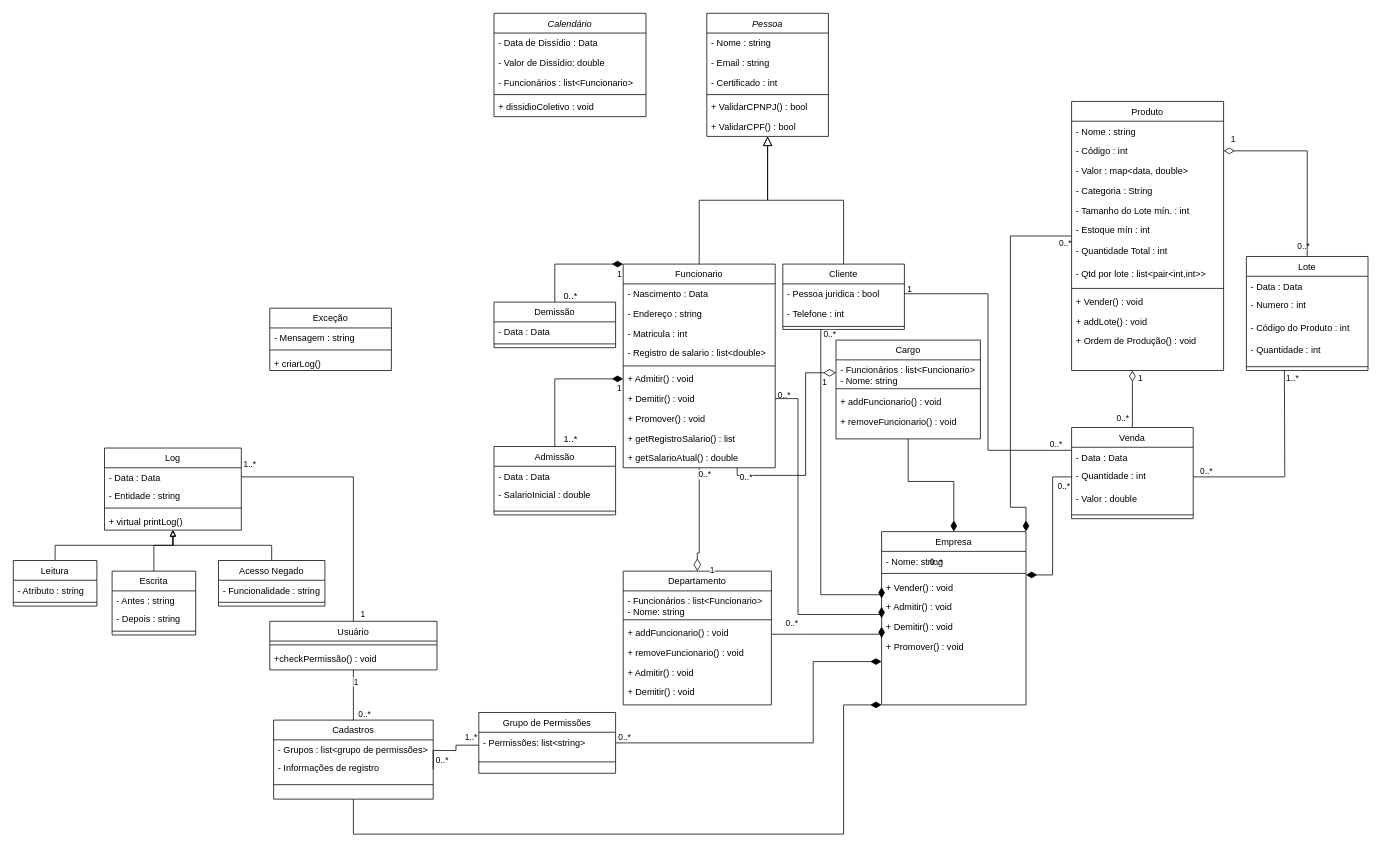
This is Sprint4.drawio from LDLPiao/tp_poo, a draw.io file, before an edit. Source tidied: cells renumbered, new cells numbered last; positions are measured from the earlier drawing's top-left corner, leaving out a move shared by most shapes. Both pictures are drawn from the tidied source at 76%, with x=0, y=0 at pixel (13, 13).
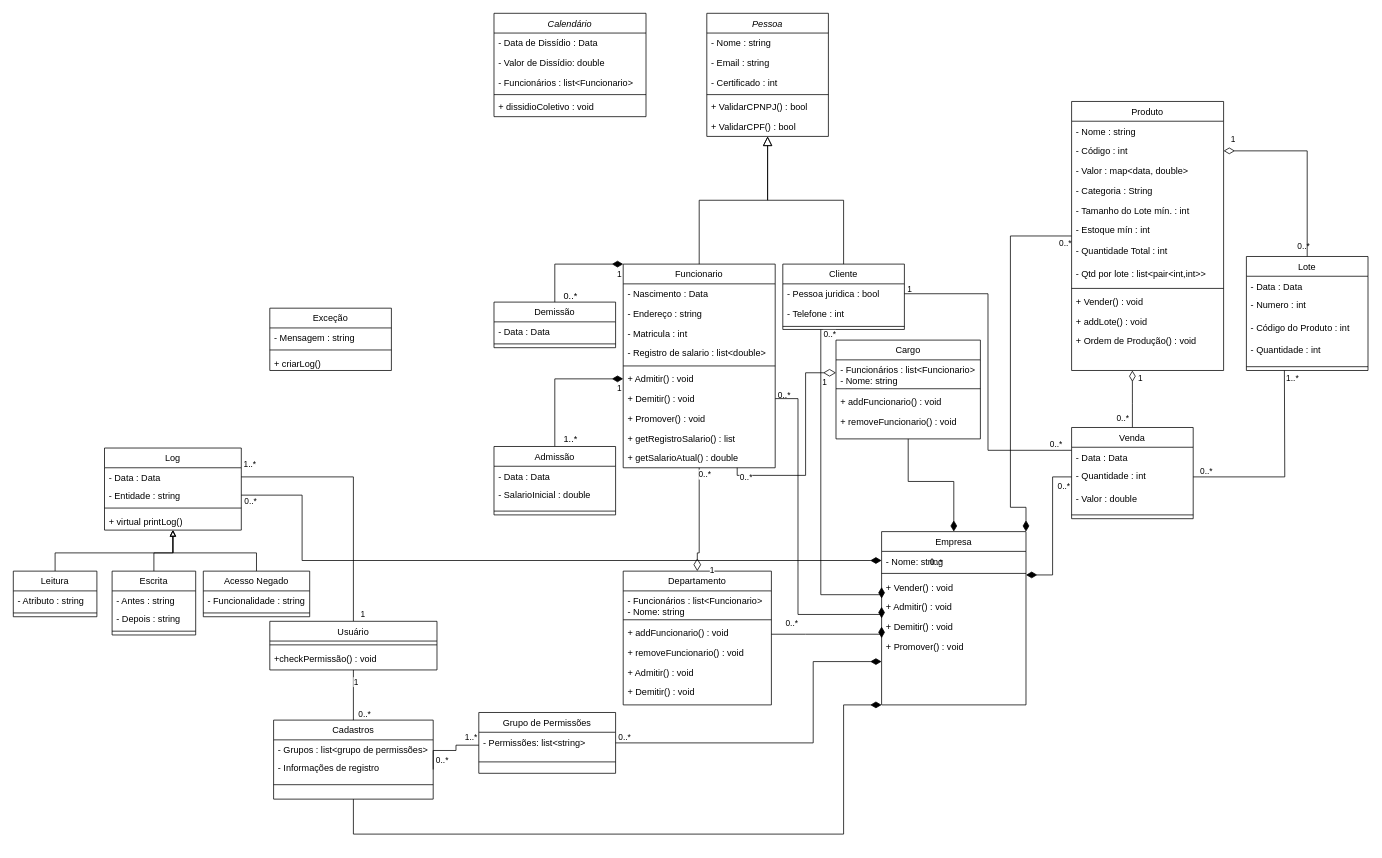
The same diagram, later.

The change refers to these unchanged cells:
```xml
<mxCell id="41" style="endArrow=none;html=1;endSize=12;startArrow=diamondThin;startSize=14;startFill=0;edgeStyle=orthogonalEdgeStyle;rounded=0;exitX=0;exitY=0.5;exitDx=0;exitDy=0;entryX=0.75;entryY=1;entryDx=0;entryDy=0;endFill=0;" parent="1" edge="1" source="37" target="9">
  <mxGeometry relative="1" as="geometry" />
</mxCell>
<mxCell id="111" value="- Nome: string" style="text;align=left;verticalAlign=top;spacingLeft=4;spacingRight=4;overflow=hidden;points=[[0,0.5],[1,0.5]];portConstraint=eastwest;" parent="110" vertex="1">
  <mxGeometry y="26" width="190" height="24" as="geometry" />
</mxCell>
<mxCell id="133" value="Log" style="swimlane;fontStyle=0;align=center;verticalAlign=top;horizontal=1;startSize=26;rounded=0;shadow=0;strokeWidth=1;" parent="1" vertex="1">
  <mxGeometry x="120" y="572" width="180" height="108" as="geometry" />
</mxCell>
<mxCell id="135" value="- Entidade : string" style="text;align=left;verticalAlign=top;spacingLeft=4;spacingRight=4;overflow=hidden;points=[[0,0.5],[1,0.5]];portConstraint=eastwest;" parent="133" vertex="1">
  <mxGeometry y="50" width="180" height="24" as="geometry" />
</mxCell>
<mxCell id="148" value="Escrita" style="swimlane;fontStyle=0;align=center;verticalAlign=top;horizontal=1;startSize=26;rounded=0;shadow=0;strokeWidth=1;" parent="1" vertex="1">
  <mxGeometry x="130" y="734" width="110" height="84" as="geometry" />
</mxCell>
```

Change to the diagram source:
```diff
@@
+    <mxCell id="156" value="0..*" style="edgeLabel;html=1;align=right;verticalAlign=top;" parent="41" vertex="1">
+      <mxGeometry x="1" relative="1" as="geometry">
+        <mxPoint x="-632" y="31" as="offset" />
+      </mxGeometry>
+    </mxCell>
@@
+    <mxCell id="157" style="edgeStyle=orthogonalEdgeStyle;rounded=0;jettySize=auto;html=1;entryX=0;entryY=0.5;entryDx=0;entryDy=0;exitX=1;exitY=0.5;exitDx=0;exitDy=0;endArrow=diamondThin;endFill=1;startSize=12;endSize=12;" parent="1" edge="1" source="135" target="111">
+      <mxGeometry relative="1" as="geometry">
+        <Array as="points">
+          <mxPoint x="380" y="634" />
+          <mxPoint x="380" y="720" />
+        </Array>
+      </mxGeometry>
+    </mxCell>
@@
     <mxCell id="143" style="edgeStyle=orthogonalEdgeStyle;rounded=0;jettySize=auto;html=1;endArrow=block;endFill=0;" parent="1" edge="1" source="144">
       <mxGeometry relative="1" as="geometry">
         <mxPoint x="210" y="680" as="targetPoint" />
         <Array as="points">
-          <mxPoint x="55" y="700" />
-          <mxPoint x="210" y="700" />
+          <mxPoint x="55" y="710" />
+          <mxPoint x="210" y="710" />
         </Array>
       </mxGeometry>
     </mxCell>
     <mxCell id="144" value="Leitura" style="swimlane;fontStyle=0;align=center;verticalAlign=top;horizontal=1;startSize=26;rounded=0;shadow=0;strokeWidth=1;" parent="1" vertex="1">
-      <mxGeometry y="720" width="110" height="60" as="geometry" />
+      <mxGeometry y="734" width="110" height="60" as="geometry" />
     </mxCell>
@@
     <mxCell id="147" style="edgeStyle=orthogonalEdgeStyle;rounded=0;jettySize=auto;html=1;endArrow=block;endFill=0;" parent="1" edge="1" source="148">
       <mxGeometry relative="1" as="geometry">
         <mxPoint x="210" y="680" as="targetPoint" />
         <Array as="points">
-          <mxPoint x="185" y="700" />
-          <mxPoint x="210" y="700" />
+          <mxPoint x="185" y="710" />
+          <mxPoint x="210" y="710" />
         </Array>
       </mxGeometry>
     </mxCell>
@@
     <mxCell id="152" style="edgeStyle=orthogonalEdgeStyle;rounded=0;jettySize=auto;html=1;entryX=0.5;entryY=1;entryDx=0;entryDy=0;endArrow=block;endFill=0;" parent="1" edge="1" source="153" target="133">
-      <mxGeometry relative="1" as="geometry" />
+      <mxGeometry relative="1" as="geometry">
+        <Array as="points">
+          <mxPoint x="320" y="710" />
+          <mxPoint x="210" y="710" />
+        </Array>
+      </mxGeometry>
     </mxCell>
     <mxCell id="153" value="Acesso Negado" style="swimlane;fontStyle=0;align=center;verticalAlign=top;horizontal=1;startSize=26;rounded=0;shadow=0;strokeWidth=1;" parent="1" vertex="1">
-      <mxGeometry x="270" y="720" width="140" height="60" as="geometry" />
+      <mxGeometry x="250" y="734" width="140" height="60" as="geometry" />
     </mxCell>
```
